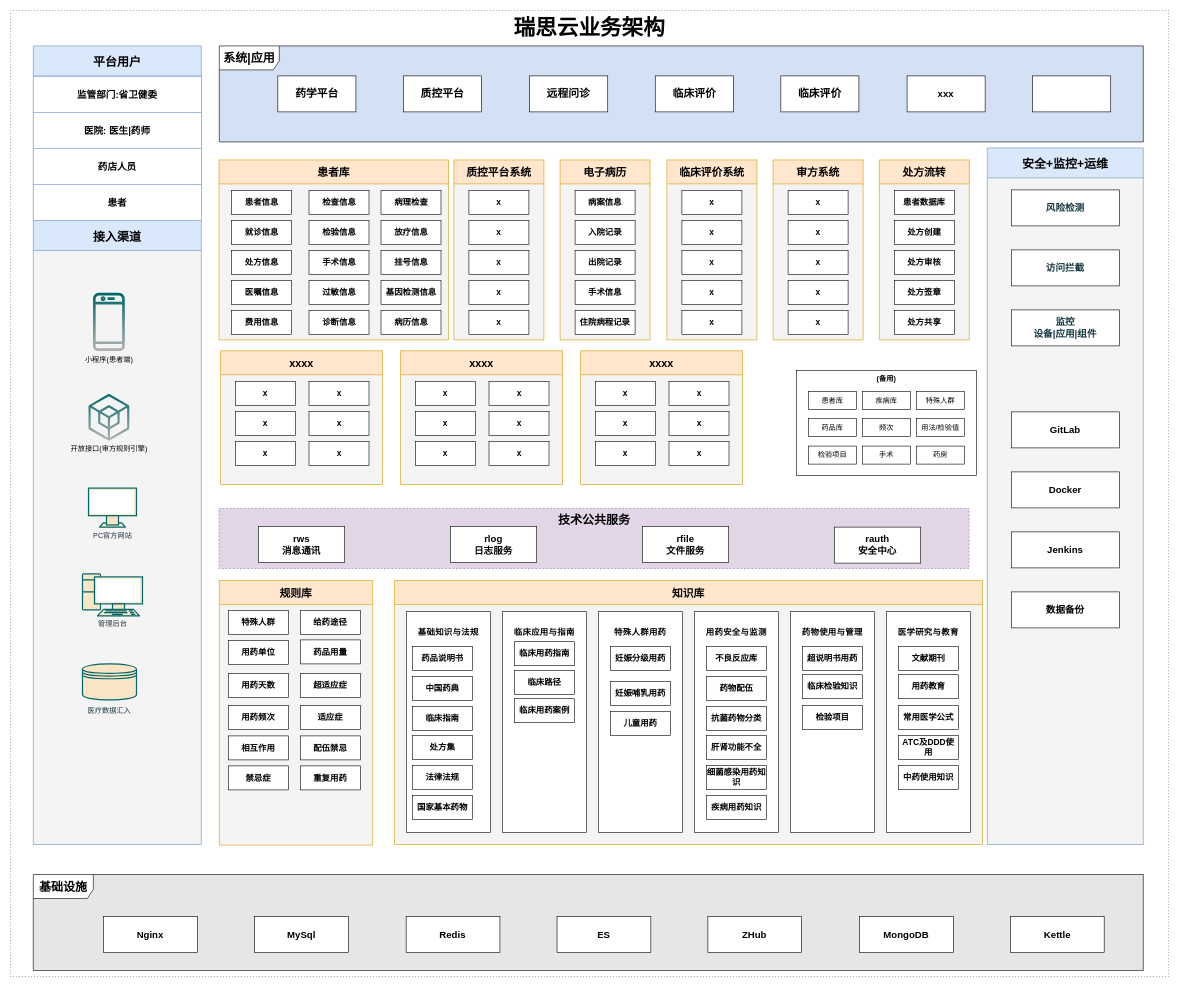
This is page "【瑞思云业务架构】" (1 of 2) of 未命名绘图.drawio from tc608/dfile, a draw.io file, before an edit. Source tidied: cells renumbered, new cells numbered last; positions are measured from the earlier drawing's top-left corner, leaving out a move shared by most shapes. Both pictures are drawn from the tidied source at 60%, with x=0, y=0 at pixel (10, 10).
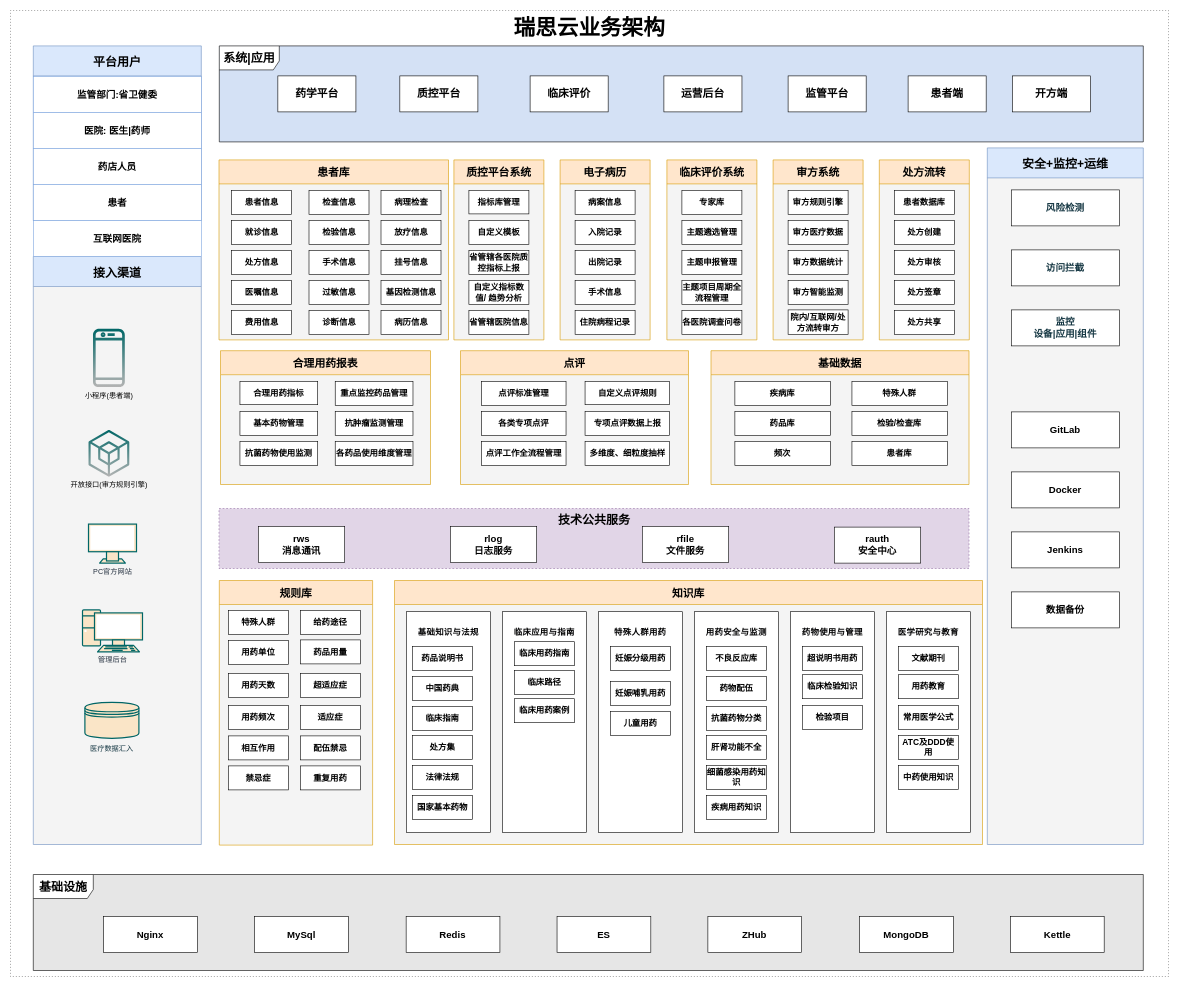
Above is the later version.

Commit message (it also covers changes not shown here):
更新未命名绘图.drawio

The change refers to these unchanged cells:
```xml
<mxCell id="28" style="group;" parent="1" vertex="1">
  <mxGeometry x="348" y="59" width="1540" height="160" as="geometry" />
</mxCell>
<mxCell id="59" style="group;" parent="1" vertex="1">
  <mxGeometry x="739" y="249" width="150" height="300" as="geometry" />
</mxCell>
<mxCell id="73" style="group;" parent="1" vertex="1">
  <mxGeometry x="1094" y="249" width="150" height="300" as="geometry" />
</mxCell>
<mxCell id="87" style="group;" parent="1" vertex="1">
  <mxGeometry x="1271" y="249" width="150" height="300" as="geometry" />
</mxCell>
```

The edit, as a diff of the source:
```diff
@@
     <mxCell id="3" value="接入渠道" style="swimlane;fontSize=20;align=center;swimlaneFillColor=#f4f4f4;fillColor=#dae8fc;startSize=50;strokeColor=#6c8ebf;fontStyle=1;" parent="1" vertex="1">
-      <mxGeometry x="38" y="350" width="280" height="1040" as="geometry" />
+      <mxGeometry x="38" y="410" width="280" height="980" as="geometry" />
     </mxCell>
@@
     <mxCell id="8" value="&lt;div&gt;&lt;br&gt;&lt;/div&gt;&lt;div&gt;&lt;br&gt;&lt;/div&gt;&lt;div&gt;&lt;br&gt;&lt;/div&gt;&lt;div&gt;&lt;br&gt;&lt;/div&gt;&lt;div&gt;&lt;br&gt;&lt;/div&gt;&lt;div&gt;&lt;span style=&quot;background-color: initial;&quot;&gt;医疗数据汇入&lt;/span&gt;&lt;br&gt;&lt;/div&gt;" style="shape=datastore;whiteSpace=wrap;html=1;strokeColor=#006666;strokeWidth=2;align=center;verticalAlign=middle;fontFamily=Helvetica;fontSize=12;fontColor=#143642;fillColor=#FAE5C7;gradientDirection=north;" parent="3" vertex="1">
-      <mxGeometry x="82" y="739" width="90" height="60" as="geometry" />
+      <mxGeometry x="86" y="743" width="90" height="60" as="geometry" />
     </mxCell>
-    <mxCell id="9" value="(备用)" style="whiteSpace=wrap;html=1;fontStyle=1;verticalAlign=top;" parent="1" vertex="1">
-      <mxGeometry x="1310" y="600" width="300" height="175" as="geometry" />
-    </mxCell>
-    <mxCell id="10" value="药品库" style="whiteSpace=wrap;html=1;" parent="1" vertex="1">
-      <mxGeometry x="1330" y="680" width="80" height="30" as="geometry" />
-    </mxCell>
-    <mxCell id="11" value="频次" style="whiteSpace=wrap;html=1;" parent="1" vertex="1">
-      <mxGeometry x="1420" y="680" width="80" height="30" as="geometry" />
-    </mxCell>
-    <mxCell id="12" value="用法/检验值" style="whiteSpace=wrap;html=1;" parent="1" vertex="1">
-      <mxGeometry x="1510" y="680" width="80" height="30" as="geometry" />
-    </mxCell>
-    <mxCell id="13" value="检验项目" style="whiteSpace=wrap;html=1;" parent="1" vertex="1">
-      <mxGeometry x="1330" y="726" width="80" height="30" as="geometry" />
-    </mxCell>
-    <mxCell id="14" value="手术" style="whiteSpace=wrap;html=1;" parent="1" vertex="1">
-      <mxGeometry x="1420" y="726" width="80" height="30" as="geometry" />
-    </mxCell>
-    <mxCell id="15" value="药房" style="whiteSpace=wrap;html=1;" parent="1" vertex="1">
-      <mxGeometry x="1510" y="726" width="80" height="30" as="geometry" />
-    </mxCell>
-    <mxCell id="16" value="患者库" style="whiteSpace=wrap;html=1;" parent="1" vertex="1">
-      <mxGeometry x="1330" y="635" width="80" height="30" as="geometry" />
-    </mxCell>
-    <mxCell id="17" value="疾病库" style="whiteSpace=wrap;html=1;" parent="1" vertex="1">
-      <mxGeometry x="1420" y="635" width="80" height="30" as="geometry" />
-    </mxCell>
-    <mxCell id="18" value="特殊人群" style="whiteSpace=wrap;html=1;" parent="1" vertex="1">
-      <mxGeometry x="1510" y="635" width="80" height="30" as="geometry" />
-    </mxCell>
@@
     <mxCell id="31" value="&lt;span style=&quot;font-size: 18px;&quot;&gt;质控平台&lt;/span&gt;" style="whiteSpace=wrap;html=1;fontStyle=1;fontSize=18;" parent="28" vertex="1">
-      <mxGeometry x="306.9" y="50" width="130.1" height="60" as="geometry" />
+      <mxGeometry x="300.9" y="50" width="130.1" height="60" as="geometry" />
     </mxCell>
-    <mxCell id="32" value="&lt;span style=&quot;font-size: 18px;&quot;&gt;远程问诊&lt;/span&gt;" style="whiteSpace=wrap;html=1;fontSize=18;fontStyle=1;" parent="28" vertex="1">
-      <mxGeometry x="517.3" y="50" width="130.1" height="60" as="geometry" />
+    <mxCell id="32" value="患者端" style="whiteSpace=wrap;html=1;fontSize=18;fontStyle=1;" parent="28" vertex="1">
+      <mxGeometry x="1148" y="50" width="130.1" height="60" as="geometry" />
     </mxCell>
     <mxCell id="33" value="&lt;span style=&quot;font-size: 18px;&quot;&gt;临床评价&lt;/span&gt;" style="whiteSpace=wrap;html=1;fontStyle=1;fontSize=18;" parent="28" vertex="1">
-      <mxGeometry x="726.6" y="50" width="130.1" height="60" as="geometry" />
+      <mxGeometry x="518" y="50" width="130.1" height="60" as="geometry" />
     </mxCell>
-    <mxCell id="34" value="&lt;span style=&quot;font-size: 18px;&quot;&gt;临床评价&lt;/span&gt;" style="whiteSpace=wrap;html=1;fontSize=18;fontStyle=1;" parent="28" vertex="1">
-      <mxGeometry x="935.9" y="50" width="130.1" height="60" as="geometry" />
+    <mxCell id="34" value="运营后台" style="whiteSpace=wrap;html=1;fontSize=18;fontStyle=1;" parent="28" vertex="1">
+      <mxGeometry x="741" y="50" width="130.1" height="60" as="geometry" />
     </mxCell>
-    <mxCell id="35" value="xxx" style="whiteSpace=wrap;html=1;fontStyle=1;fontSize=16;" parent="28" vertex="1">
-      <mxGeometry x="1146.3" y="50" width="130.1" height="60" as="geometry" />
-    </mxCell>
-    <mxCell id="36" style="whiteSpace=wrap;html=1;fontStyle=1;fontSize=16;" parent="28" vertex="1">
-      <mxGeometry x="1355.6" y="50" width="130.1" height="60" as="geometry" />
-    </mxCell>
+    <mxCell id="181" value="监管平台" style="whiteSpace=wrap;html=1;fontSize=18;fontStyle=1;" parent="28" vertex="1">
+      <mxGeometry x="948" y="50" width="130.1" height="60" as="geometry" />
+    </mxCell>
+    <mxCell id="182" value="开方端" style="whiteSpace=wrap;html=1;fontSize=18;fontStyle=1;" parent="28" vertex="1">
+      <mxGeometry x="1322" y="50" width="130.1" height="60" as="geometry" />
+    </mxCell>
@@
-    <mxCell id="61" value="x" style="whiteSpace=wrap;html=1;fontSize=14;fontStyle=1;" parent="59" vertex="1">
-      <mxGeometry x="25" y="51" width="100" height="40" as="geometry" />
+    <mxCell id="61" value="指标库管理" style="whiteSpace=wrap;html=1;fontSize=14;fontStyle=1;" parent="59" vertex="1">
+      <mxGeometry x="25" y="51" width="100" height="39" as="geometry" />
     </mxCell>
-    <mxCell id="62" value="x" style="whiteSpace=wrap;html=1;fontSize=14;fontStyle=1;" parent="59" vertex="1">
+    <mxCell id="62" value="自定义模板" style="whiteSpace=wrap;html=1;fontSize=14;fontStyle=1;" parent="59" vertex="1">
       <mxGeometry x="25" y="101" width="100" height="40" as="geometry" />
     </mxCell>
-    <mxCell id="63" value="x" style="whiteSpace=wrap;html=1;fontSize=14;fontStyle=1;" parent="59" vertex="1">
+    <mxCell id="63" value="自定义指标数值/ 趋势分析" style="whiteSpace=wrap;html=1;fontSize=14;fontStyle=1;" parent="59" vertex="1">
       <mxGeometry x="25" y="201" width="100" height="40" as="geometry" />
     </mxCell>
-    <mxCell id="64" value="x" style="whiteSpace=wrap;html=1;fontSize=14;fontStyle=1;" parent="59" vertex="1">
+    <mxCell id="64" value="省管辖各医院质控指标上报" style="whiteSpace=wrap;html=1;fontSize=14;fontStyle=1;" parent="59" vertex="1">
       <mxGeometry x="25" y="151" width="100" height="40" as="geometry" />
     </mxCell>
-    <mxCell id="65" value="x" style="whiteSpace=wrap;html=1;fontSize=14;fontStyle=1;" parent="59" vertex="1">
+    <mxCell id="65" value="省管辖医院信息" style="whiteSpace=wrap;html=1;fontSize=14;fontStyle=1;" parent="59" vertex="1">
       <mxGeometry x="25" y="251" width="100" height="40" as="geometry" />
     </mxCell>
@@
-    <mxCell id="75" value="x" style="whiteSpace=wrap;html=1;fontSize=14;fontStyle=1;" parent="73" vertex="1">
+    <mxCell id="75" value="专家库" style="whiteSpace=wrap;html=1;fontSize=14;fontStyle=1;" parent="73" vertex="1">
       <mxGeometry x="25" y="51" width="100" height="40" as="geometry" />
     </mxCell>
-    <mxCell id="76" value="x" style="whiteSpace=wrap;html=1;fontSize=14;fontStyle=1;" parent="73" vertex="1">
+    <mxCell id="76" value="主题遴选管理" style="whiteSpace=wrap;html=1;fontSize=14;fontStyle=1;" parent="73" vertex="1">
       <mxGeometry x="25" y="101" width="100" height="40" as="geometry" />
     </mxCell>
-    <mxCell id="77" value="x" style="whiteSpace=wrap;html=1;fontSize=14;fontStyle=1;" parent="73" vertex="1">
+    <mxCell id="77" value="主题项目周期全流程管理" style="whiteSpace=wrap;html=1;fontSize=14;fontStyle=1;" parent="73" vertex="1">
       <mxGeometry x="25" y="201" width="100" height="40" as="geometry" />
     </mxCell>
-    <mxCell id="78" value="x" style="whiteSpace=wrap;html=1;fontSize=14;fontStyle=1;" parent="73" vertex="1">
+    <mxCell id="78" value="主题申报管理" style="whiteSpace=wrap;html=1;fontSize=14;fontStyle=1;" parent="73" vertex="1">
       <mxGeometry x="25" y="151" width="100" height="40" as="geometry" />
     </mxCell>
-    <mxCell id="79" value="x" style="whiteSpace=wrap;html=1;fontSize=14;fontStyle=1;" parent="73" vertex="1">
+    <mxCell id="79" value="各医院调查问卷" style="whiteSpace=wrap;html=1;fontSize=14;fontStyle=1;" parent="73" vertex="1">
       <mxGeometry x="25" y="251" width="100" height="40" as="geometry" />
     </mxCell>
@@
-    <mxCell id="89" value="x" style="whiteSpace=wrap;html=1;fontSize=14;fontStyle=1;" parent="87" vertex="1">
+    <mxCell id="89" value="审方规则引擎" style="whiteSpace=wrap;html=1;fontSize=14;fontStyle=1;" parent="87" vertex="1">
       <mxGeometry x="25" y="51" width="100" height="40" as="geometry" />
     </mxCell>
-    <mxCell id="90" value="x" style="whiteSpace=wrap;html=1;fontSize=14;fontStyle=1;" parent="87" vertex="1">
+    <mxCell id="90" value="审方医疗数据" style="whiteSpace=wrap;html=1;fontSize=14;fontStyle=1;" parent="87" vertex="1">
       <mxGeometry x="25" y="101" width="100" height="40" as="geometry" />
     </mxCell>
-    <mxCell id="91" value="x" style="whiteSpace=wrap;html=1;fontSize=14;fontStyle=1;" parent="87" vertex="1">
+    <mxCell id="91" value="审方智能监测" style="whiteSpace=wrap;html=1;fontSize=14;fontStyle=1;" parent="87" vertex="1">
       <mxGeometry x="25" y="201" width="100" height="40" as="geometry" />
     </mxCell>
-    <mxCell id="92" value="x" style="whiteSpace=wrap;html=1;fontSize=14;fontStyle=1;" parent="87" vertex="1">
+    <mxCell id="92" value="审方数据统计" style="whiteSpace=wrap;html=1;fontSize=14;fontStyle=1;" parent="87" vertex="1">
       <mxGeometry x="25" y="151" width="100" height="40" as="geometry" />
     </mxCell>
-    <mxCell id="93" value="x" style="whiteSpace=wrap;html=1;fontSize=14;fontStyle=1;" parent="87" vertex="1">
-      <mxGeometry x="25" y="251" width="100" height="40" as="geometry" />
+    <mxCell id="93" value="院内/互联网/处方流转审方" style="whiteSpace=wrap;html=1;fontSize=14;fontStyle=1;" parent="87" vertex="1">
+      <mxGeometry x="25" y="250" width="100" height="41" as="geometry" />
     </mxCell>
@@
     <mxCell id="157" style="group;" parent="1" vertex="1">
-      <mxGeometry x="350" y="567" width="270" height="223" as="geometry" />
+      <mxGeometry x="350" y="567" width="350" height="223" as="geometry" />
     </mxCell>
-    <mxCell id="158" value="xxxx" style="swimlane;fontSize=18;align=center;swimlaneFillColor=#f4f4f4;fillColor=#ffe6cc;startSize=40;strokeColor=#d79b00;fontStyle=1;" parent="157" vertex="1">
-      <mxGeometry width="270" height="223" as="geometry" />
+    <mxCell id="158" value="合理用药报表" style="swimlane;fontSize=18;align=center;swimlaneFillColor=#f4f4f4;fillColor=#ffe6cc;startSize=40;strokeColor=#d79b00;fontStyle=1;" parent="157" vertex="1">
+      <mxGeometry width="350" height="223" as="geometry" />
     </mxCell>
-    <mxCell id="159" value="x" style="whiteSpace=wrap;html=1;fontSize=14;fontStyle=1;" parent="157" vertex="1">
-      <mxGeometry x="25" y="51" width="100" height="40" as="geometry" />
+    <mxCell id="159" value="合理用药指标" style="whiteSpace=wrap;html=1;fontSize=14;fontStyle=1;" parent="157" vertex="1">
+      <mxGeometry x="32.4" y="51" width="129.6" height="39" as="geometry" />
     </mxCell>
-    <mxCell id="160" value="x" style="whiteSpace=wrap;html=1;fontSize=14;fontStyle=1;" parent="157" vertex="1">
-      <mxGeometry x="25" y="101" width="100" height="40" as="geometry" />
+    <mxCell id="160" value="基本药物管理" style="whiteSpace=wrap;html=1;fontSize=14;fontStyle=1;" parent="157" vertex="1">
+      <mxGeometry x="32.4" y="101" width="129.6" height="40" as="geometry" />
     </mxCell>
-    <mxCell id="161" value="x" style="whiteSpace=wrap;html=1;fontSize=14;fontStyle=1;" parent="157" vertex="1">
-      <mxGeometry x="25" y="151" width="100" height="40" as="geometry" />
+    <mxCell id="161" value="抗菌药物使用监测" style="whiteSpace=wrap;html=1;fontSize=14;fontStyle=1;" parent="157" vertex="1">
+      <mxGeometry x="32.4" y="151" width="129.6" height="40" as="geometry" />
     </mxCell>
-    <mxCell id="162" value="x" style="whiteSpace=wrap;html=1;fontSize=14;fontStyle=1;" parent="157" vertex="1">
-      <mxGeometry x="147.5" y="51" width="100" height="40" as="geometry" />
+    <mxCell id="162" value="重点监控药品管理" style="whiteSpace=wrap;html=1;fontSize=14;fontStyle=1;" parent="157" vertex="1">
+      <mxGeometry x="191.2" y="51" width="129.6" height="40" as="geometry" />
     </mxCell>
-    <mxCell id="163" value="x" style="whiteSpace=wrap;html=1;fontSize=14;fontStyle=1;" parent="157" vertex="1">
-      <mxGeometry x="147.5" y="101" width="100" height="40" as="geometry" />
+    <mxCell id="163" value="抗肿瘤监测管理" style="whiteSpace=wrap;html=1;fontSize=14;fontStyle=1;" parent="157" vertex="1">
+      <mxGeometry x="191.2" y="101" width="129.6" height="40" as="geometry" />
     </mxCell>
-    <mxCell id="164" value="x" style="whiteSpace=wrap;html=1;fontSize=14;fontStyle=1;" parent="157" vertex="1">
-      <mxGeometry x="147.5" y="151" width="100" height="40" as="geometry" />
+    <mxCell id="164" value="各药品使用维度管理" style="whiteSpace=wrap;html=1;fontSize=14;fontStyle=1;" parent="157" vertex="1">
+      <mxGeometry x="191.2" y="151" width="129.6" height="40" as="geometry" />
     </mxCell>
     <mxCell id="165" style="group;" parent="1" vertex="1">
-      <mxGeometry x="650" y="567" width="270" height="223" as="geometry" />
+      <mxGeometry x="750" y="567" width="380" height="223" as="geometry" />
     </mxCell>
-    <mxCell id="166" value="xxxx" style="swimlane;fontSize=18;align=center;swimlaneFillColor=#f4f4f4;fillColor=#ffe6cc;startSize=40;strokeColor=#d79b00;fontStyle=1;" parent="165" vertex="1">
-      <mxGeometry width="270" height="223" as="geometry" />
+    <mxCell id="166" value="点评" style="swimlane;fontSize=18;align=center;swimlaneFillColor=#f4f4f4;fillColor=#ffe6cc;startSize=40;strokeColor=#d79b00;fontStyle=1;" parent="165" vertex="1">
+      <mxGeometry width="380" height="223" as="geometry" />
     </mxCell>
-    <mxCell id="167" value="x" style="whiteSpace=wrap;html=1;fontSize=14;fontStyle=1;" parent="165" vertex="1">
-      <mxGeometry x="25" y="51" width="100" height="40" as="geometry" />
+    <mxCell id="167" value="点评标准管理" style="whiteSpace=wrap;html=1;fontSize=14;fontStyle=1;" parent="165" vertex="1">
+      <mxGeometry x="35.2" y="51" width="140.7" height="40" as="geometry" />
     </mxCell>
-    <mxCell id="168" value="x" style="whiteSpace=wrap;html=1;fontSize=14;fontStyle=1;" parent="165" vertex="1">
-      <mxGeometry x="25" y="101" width="100" height="40" as="geometry" />
+    <mxCell id="168" value="各类专项点评" style="whiteSpace=wrap;html=1;fontSize=14;fontStyle=1;" parent="165" vertex="1">
+      <mxGeometry x="35.2" y="101" width="140.7" height="40" as="geometry" />
     </mxCell>
-    <mxCell id="169" value="x" style="whiteSpace=wrap;html=1;fontSize=14;fontStyle=1;" parent="165" vertex="1">
-      <mxGeometry x="25" y="151" width="100" height="40" as="geometry" />
+    <mxCell id="169" value="点评工作全流程管理" style="whiteSpace=wrap;html=1;fontSize=14;fontStyle=1;" parent="165" vertex="1">
+      <mxGeometry x="35.2" y="151" width="140.7" height="40" as="geometry" />
     </mxCell>
-    <mxCell id="170" value="x" style="whiteSpace=wrap;html=1;fontSize=14;fontStyle=1;" parent="165" vertex="1">
-      <mxGeometry x="147.5" y="51" width="100" height="40" as="geometry" />
+    <mxCell id="170" value="自定义点评规则" style="whiteSpace=wrap;html=1;fontSize=14;fontStyle=1;" parent="165" vertex="1">
+      <mxGeometry x="207.6" y="51" width="140.7" height="39" as="geometry" />
     </mxCell>
-    <mxCell id="171" value="x" style="whiteSpace=wrap;html=1;fontSize=14;fontStyle=1;" parent="165" vertex="1">
-      <mxGeometry x="147.5" y="101" width="100" height="40" as="geometry" />
+    <mxCell id="171" value="专项点评数据上报" style="whiteSpace=wrap;html=1;fontSize=14;fontStyle=1;" parent="165" vertex="1">
+      <mxGeometry x="207.6" y="101" width="140.7" height="40" as="geometry" />
     </mxCell>
-    <mxCell id="172" value="x" style="whiteSpace=wrap;html=1;fontSize=14;fontStyle=1;" parent="165" vertex="1">
-      <mxGeometry x="147.5" y="151" width="100" height="40" as="geometry" />
+    <mxCell id="172" value="多维度、细粒度抽样" style="whiteSpace=wrap;html=1;fontSize=14;fontStyle=1;" parent="165" vertex="1">
+      <mxGeometry x="207.6" y="151" width="140.7" height="40" as="geometry" />
     </mxCell>
     <mxCell id="173" style="group;" parent="1" vertex="1">
-      <mxGeometry x="950" y="567" width="270" height="223" as="geometry" />
+      <mxGeometry x="1167.5" y="567" width="430" height="223" as="geometry" />
     </mxCell>
-    <mxCell id="174" value="xxxx" style="swimlane;fontSize=18;align=center;swimlaneFillColor=#f4f4f4;fillColor=#ffe6cc;startSize=40;strokeColor=#d79b00;fontStyle=1;" parent="173" vertex="1">
-      <mxGeometry width="270" height="223" as="geometry" />
+    <mxCell id="174" value="基础数据" style="swimlane;fontSize=18;align=center;swimlaneFillColor=#f4f4f4;fillColor=#ffe6cc;startSize=40;strokeColor=#d79b00;fontStyle=1;" parent="173" vertex="1">
+      <mxGeometry width="430" height="223" as="geometry" />
     </mxCell>
-    <mxCell id="175" value="x" style="whiteSpace=wrap;html=1;fontSize=14;fontStyle=1;" parent="173" vertex="1">
-      <mxGeometry x="25" y="51" width="100" height="40" as="geometry" />
+    <mxCell id="175" value="疾病库" style="whiteSpace=wrap;html=1;fontSize=14;fontStyle=1;" parent="173" vertex="1">
+      <mxGeometry x="39.8" y="51" width="159.3" height="40" as="geometry" />
     </mxCell>
-    <mxCell id="176" value="x" style="whiteSpace=wrap;html=1;fontSize=14;fontStyle=1;" parent="173" vertex="1">
-      <mxGeometry x="25" y="101" width="100" height="40" as="geometry" />
+    <mxCell id="176" value="药品库" style="whiteSpace=wrap;html=1;fontSize=14;fontStyle=1;" parent="173" vertex="1">
+      <mxGeometry x="39.8" y="101" width="159.3" height="40" as="geometry" />
     </mxCell>
-    <mxCell id="177" value="x" style="whiteSpace=wrap;html=1;fontSize=14;fontStyle=1;" parent="173" vertex="1">
-      <mxGeometry x="25" y="151" width="100" height="40" as="geometry" />
+    <mxCell id="177" value="频次" style="whiteSpace=wrap;html=1;fontSize=14;fontStyle=1;" parent="173" vertex="1">
+      <mxGeometry x="39.8" y="151" width="159.3" height="40" as="geometry" />
     </mxCell>
-    <mxCell id="178" value="x" style="whiteSpace=wrap;html=1;fontSize=14;fontStyle=1;" parent="173" vertex="1">
-      <mxGeometry x="147.5" y="51" width="100" height="40" as="geometry" />
+    <mxCell id="178" value="特殊人群" style="whiteSpace=wrap;html=1;fontSize=14;fontStyle=1;" parent="173" vertex="1">
+      <mxGeometry x="234.9" y="51" width="159.3" height="40" as="geometry" />
     </mxCell>
-    <mxCell id="179" value="x" style="whiteSpace=wrap;html=1;fontSize=14;fontStyle=1;" parent="173" vertex="1">
-      <mxGeometry x="147.5" y="101" width="100" height="40" as="geometry" />
+    <mxCell id="179" value="检验/检查库" style="whiteSpace=wrap;html=1;fontSize=14;fontStyle=1;" parent="173" vertex="1">
+      <mxGeometry x="234.9" y="101" width="159.3" height="40" as="geometry" />
     </mxCell>
-    <mxCell id="180" value="x" style="whiteSpace=wrap;html=1;fontSize=14;fontStyle=1;" parent="173" vertex="1">
-      <mxGeometry x="147.5" y="151" width="100" height="40" as="geometry" />
+    <mxCell id="180" value="患者库" style="whiteSpace=wrap;html=1;fontSize=14;fontStyle=1;" parent="173" vertex="1">
+      <mxGeometry x="234.9" y="151" width="159.3" height="40" as="geometry" />
     </mxCell>
+    <mxCell id="183" value="互联网医院" style="whiteSpace=wrap;html=1;fontStyle=1;fontSize=16;strokeColor=#7EA6E0;" parent="1" vertex="1">
+      <mxGeometry x="38" y="350" width="280" height="60" as="geometry" />
+    </mxCell>
```
